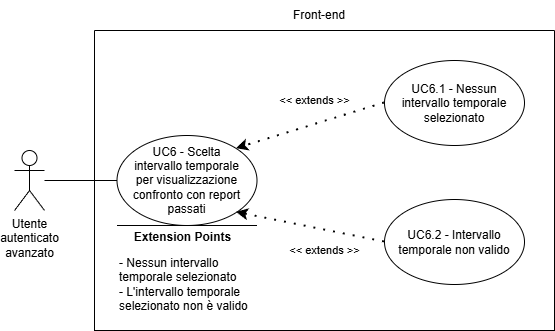
Earlier version of the draw.io export assets/diagrams/UC6.png (SkarabGroup/DocumentazioneProgetto). Source tidied: cells renumbered, new cells last; positions are measured from the earlier drawing's top-left corner, leaving out a move shared by most shapes.
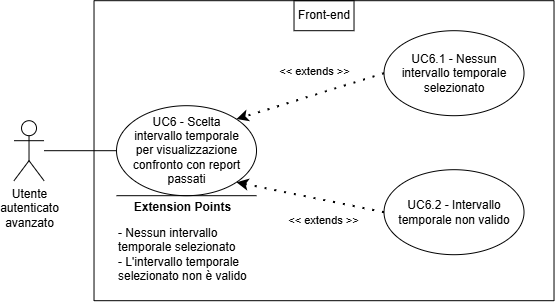
Above is the later version.

The edit, as a diff of the source:
```diff
@@ -5,49 +5,49 @@
     <mxCell id="2" value="Utente&lt;div&gt;&lt;span style=&quot;background-color: transparent; color: light-dark(rgb(0, 0, 0), rgb(255, 255, 255));&quot;&gt;autenticato&lt;/span&gt;&lt;/div&gt;&lt;div&gt;&lt;span style=&quot;background-color: transparent; color: light-dark(rgb(0, 0, 0), rgb(255, 255, 255));&quot;&gt;avanzato&lt;/span&gt;&lt;/div&gt;" style="shape=umlActor;verticalLabelPosition=bottom;verticalAlign=top;html=1;outlineConnect=0;align=center;" parent="1" vertex="1">
       <mxGeometry y="150" width="30" height="60" as="geometry" />
     </mxCell>
-    <mxCell id="3" style="swimlane;startSize=0;" parent="1" vertex="1">
-      <mxGeometry x="80" y="30" width="460" height="300" as="geometry" />
-    </mxCell>
+    <mxCell id="17" style="swimlane;startSize=0;" parent="1" vertex="1">
+      <mxGeometry x="80" y="30" width="460" height="300" as="geometry" />
+    </mxCell>
-    <mxCell id="4" style="ellipse;whiteSpace=wrap;html=1;" parent="3" vertex="1">
+    <mxCell id="4" style="ellipse;whiteSpace=wrap;html=1;" parent="17" vertex="1">
       <mxGeometry x="22.5" y="105" width="140" height="90" as="geometry" />
     </mxCell>
-    <mxCell id="5" value="&lt;div style=&quot;&quot;&gt;&lt;span style=&quot;background-color: transparent; color: light-dark(rgb(0, 0, 0), rgb(255, 255, 255));&quot;&gt;UC6 - Scelta intervallo temporale per visualizzazione confronto con report passati&lt;/span&gt;&lt;/div&gt;" style="text;html=1;align=center;verticalAlign=middle;whiteSpace=wrap;rounded=0;" parent="3" vertex="1">
+    <mxCell id="5" value="&lt;div style=&quot;&quot;&gt;&lt;span style=&quot;background-color: transparent; color: light-dark(rgb(0, 0, 0), rgb(255, 255, 255));&quot;&gt;UC6 - Scelta intervallo temporale per visualizzazione confronto con report passati&lt;/span&gt;&lt;/div&gt;" style="text;html=1;align=center;verticalAlign=middle;whiteSpace=wrap;rounded=0;" parent="17" vertex="1">
       <mxGeometry x="35" y="115" width="115" height="70" as="geometry" />
     </mxCell>
-    <mxCell id="6" style="ellipse;whiteSpace=wrap;html=1;" parent="3" vertex="1">
+    <mxCell id="6" style="ellipse;whiteSpace=wrap;html=1;" parent="17" vertex="1">
       <mxGeometry x="290" y="30" width="140" height="85" as="geometry" />
     </mxCell>
-    <mxCell id="7" value="UC6.1 - Nessun intervallo temporale selezionato" style="text;html=1;align=center;verticalAlign=middle;whiteSpace=wrap;rounded=0;" parent="3" vertex="1">
+    <mxCell id="7" value="UC6.1 - Nessun intervallo temporale selezionato" style="text;html=1;align=center;verticalAlign=middle;whiteSpace=wrap;rounded=0;" parent="17" vertex="1">
       <mxGeometry x="295" y="37.5" width="130" height="70" as="geometry" />
     </mxCell>
-    <mxCell id="8" value="&amp;lt;&amp;lt; extends &amp;gt;&amp;gt;" style="endArrow=classic;startArrow=none;endFill=1;startFill=0;html=1;verticalAlign=bottom;dashed=1;labelBackgroundColor=none;rounded=0;dashPattern=1 4;curved=0;endSize=6;strokeWidth=2;entryX=1;entryY=1;entryDx=0;entryDy=0;exitX=0;exitY=0.5;exitDx=0;exitDy=0;" parent="3" edge="1" source="9" target="4">
+    <mxCell id="8" value="&amp;lt;&amp;lt; extends &amp;gt;&amp;gt;" style="endArrow=classic;startArrow=none;endFill=1;startFill=0;html=1;verticalAlign=bottom;dashed=1;labelBackgroundColor=none;rounded=0;dashPattern=1 4;curved=0;endSize=6;strokeWidth=2;entryX=1;entryY=1;entryDx=0;entryDy=0;exitX=0;exitY=0.5;exitDx=0;exitDy=0;" parent="17" edge="1" source="9" target="4">
       <mxGeometry x="-0.27" y="29" relative="1" as="geometry" />
     </mxCell>
-    <mxCell id="9" style="ellipse;whiteSpace=wrap;html=1;" parent="3" vertex="1">
+    <mxCell id="9" style="ellipse;whiteSpace=wrap;html=1;" parent="17" vertex="1">
       <mxGeometry x="290" y="169" width="140" height="85" as="geometry" />
     </mxCell>
-    <mxCell id="10" value="UC6.2 - Intervallo temporale non valido" style="text;html=1;align=center;verticalAlign=middle;whiteSpace=wrap;rounded=0;" parent="3" vertex="1">
+    <mxCell id="10" value="UC6.2 - Intervallo temporale non valido" style="text;html=1;align=center;verticalAlign=middle;whiteSpace=wrap;rounded=0;" parent="17" vertex="1">
       <mxGeometry x="295" y="176.5" width="130" height="70" as="geometry" />
     </mxCell>
-    <mxCell id="11" style="endArrow=none;html=1;rounded=0;" parent="3" edge="1">
-      <mxGeometry relative="1" as="geometry">
-        <mxPoint x="22.5" y="195" as="sourcePoint" />
-        <mxPoint x="162.5" y="195" as="targetPoint" />
-      </mxGeometry>
-    </mxCell>
+    <mxCell id="18" style="endArrow=none;html=1;rounded=0;" parent="17" edge="1">
+      <mxGeometry relative="1" as="geometry">
+        <mxPoint x="22.5" y="195" as="sourcePoint" />
+        <mxPoint x="162.5" y="195" as="targetPoint" />
+      </mxGeometry>
+    </mxCell>
-    <mxCell id="12" value="&lt;b&gt;&lt;font style=&quot;font-size: 12px;&quot;&gt;Extension Points&lt;/font&gt;&lt;/b&gt;" style="edgeLabel;html=1;align=center;verticalAlign=middle;" parent="11" vertex="1">
+    <mxCell id="12" value="&lt;b&gt;&lt;font style=&quot;font-size: 12px;&quot;&gt;Extension Points&lt;/font&gt;&lt;/b&gt;" style="edgeLabel;html=1;align=center;verticalAlign=middle;" parent="18" vertex="1">
       <mxGeometry x="0.65" relative="1" as="geometry">
         <mxPoint x="-50" y="11" as="offset" />
       </mxGeometry>
     </mxCell>
-    <mxCell id="13" value="&lt;font style=&quot;font-size: 12px;&quot;&gt;- Nessun intervallo temporale selezionato&lt;/font&gt;&lt;div&gt;&lt;font style=&quot;font-size: 12px;&quot;&gt;- L'intervallo temporale selezionato non è valido&lt;/font&gt;&lt;/div&gt;" style="text;html=1;align=left;verticalAlign=middle;whiteSpace=wrap;rounded=0;" parent="3" vertex="1">
+    <mxCell id="13" value="&lt;font style=&quot;font-size: 12px;&quot;&gt;- Nessun intervallo temporale selezionato&lt;/font&gt;&lt;div&gt;&lt;font style=&quot;font-size: 12px;&quot;&gt;- L'intervallo temporale selezionato non è valido&lt;/font&gt;&lt;/div&gt;" style="text;html=1;align=left;verticalAlign=middle;whiteSpace=wrap;rounded=0;" parent="17" vertex="1">
       <mxGeometry x="22.5" y="239" width="137.5" height="30" as="geometry" />
     </mxCell>
-    <mxCell id="14" value="&amp;lt;&amp;lt; extends &amp;gt;&amp;gt;" style="endArrow=classic;startArrow=none;endFill=1;startFill=0;html=1;verticalAlign=bottom;dashed=1;labelBackgroundColor=none;rounded=0;dashPattern=1 4;curved=0;endSize=6;strokeWidth=2;entryX=1;entryY=0;entryDx=0;entryDy=0;exitX=0;exitY=0.5;exitDx=0;exitDy=0;" parent="3" edge="1" source="6" target="4">
+    <mxCell id="14" value="&amp;lt;&amp;lt; extends &amp;gt;&amp;gt;" style="endArrow=classic;startArrow=none;endFill=1;startFill=0;html=1;verticalAlign=bottom;dashed=1;labelBackgroundColor=none;rounded=0;dashPattern=1 4;curved=0;endSize=6;strokeWidth=2;entryX=1;entryY=0;entryDx=0;entryDy=0;exitX=0;exitY=0.5;exitDx=0;exitDy=0;" parent="17" edge="1" source="6" target="4">
       <mxGeometry x="-0.11" y="-14" relative="1" as="geometry" />
     </mxCell>
-    <mxCell id="15" value="Front-end" style="text;html=1;align=center;verticalAlign=middle;whiteSpace=wrap;rounded=0;" parent="1" vertex="1">
-      <mxGeometry x="275" width="60" height="30" as="geometry" />
+    <mxCell id="15" value="Front-end" style="text;html=1;align=center;verticalAlign=middle;whiteSpace=wrap;rounded=0;strokeColor=default;perimeterSpacing=1;" parent="17" vertex="1">
+      <mxGeometry x="200" width="60" height="30" as="geometry" />
     </mxCell>
     <mxCell id="16" style="endArrow=none;html=1;rounded=0;entryX=0;entryY=0.5;entryDx=0;entryDy=0;" parent="1" edge="1" source="2" target="4">
       <mxGeometry relative="1" as="geometry" />
```
